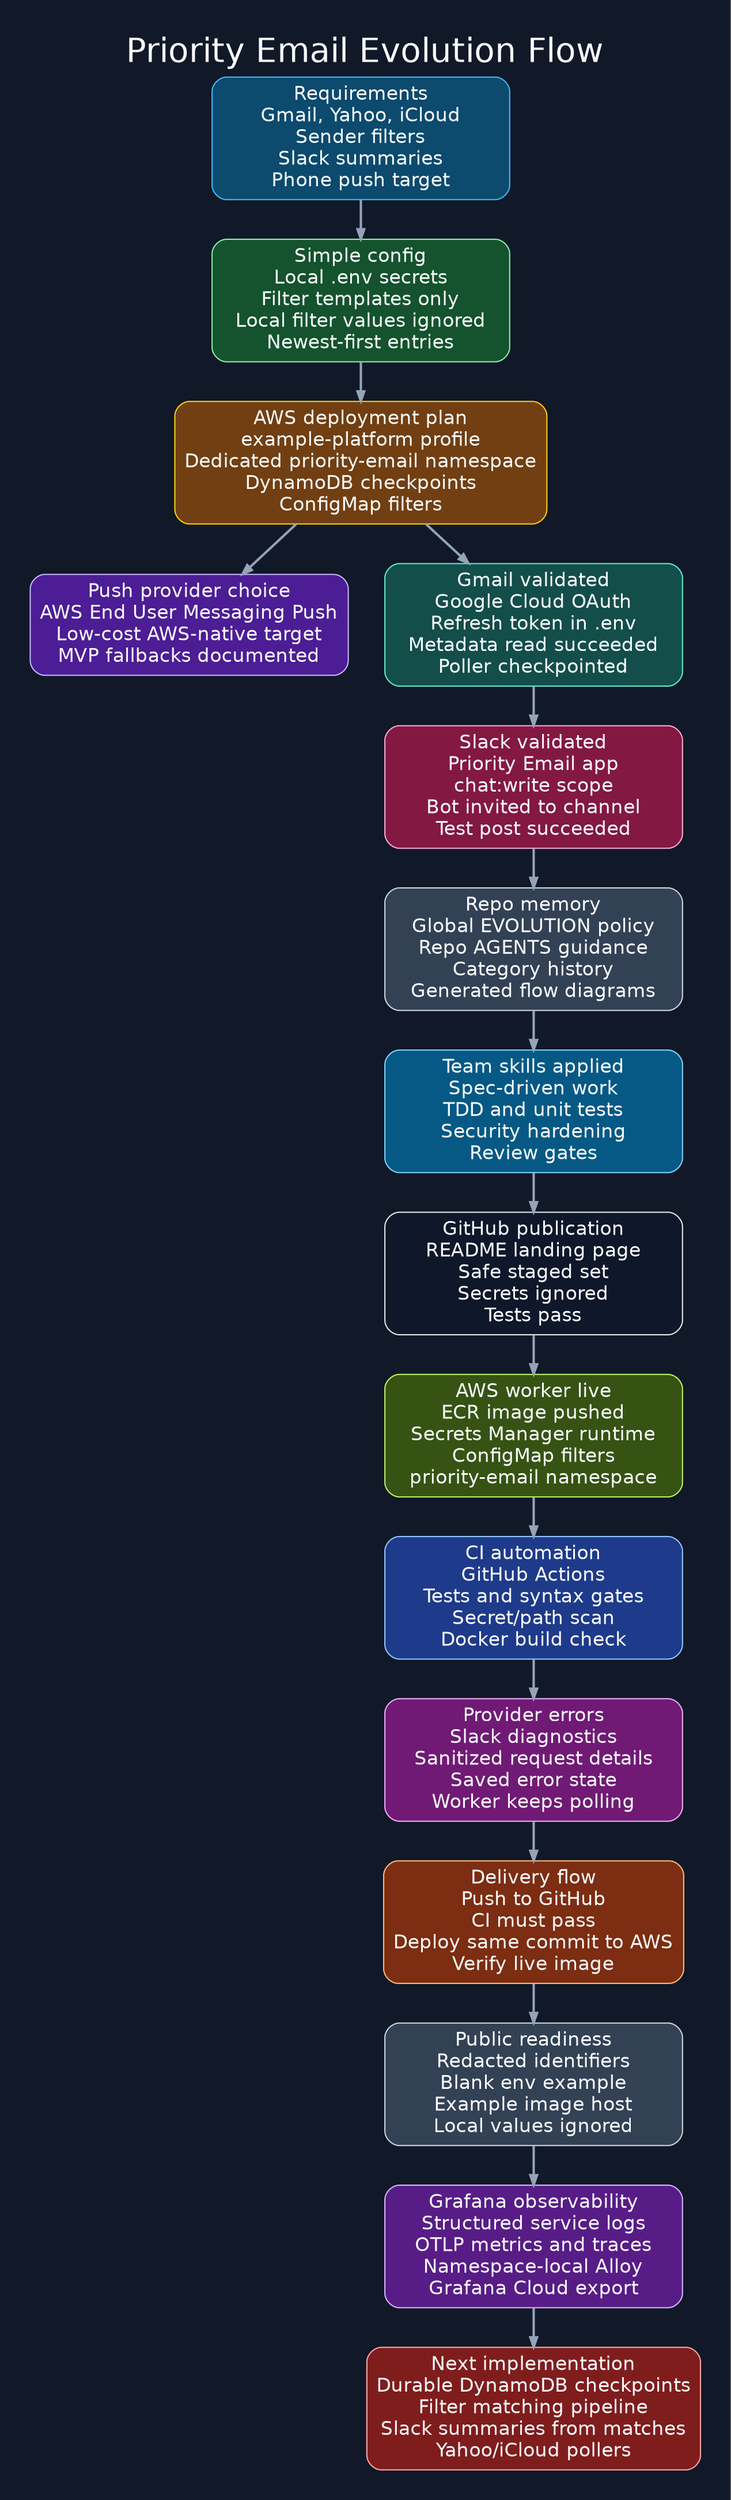
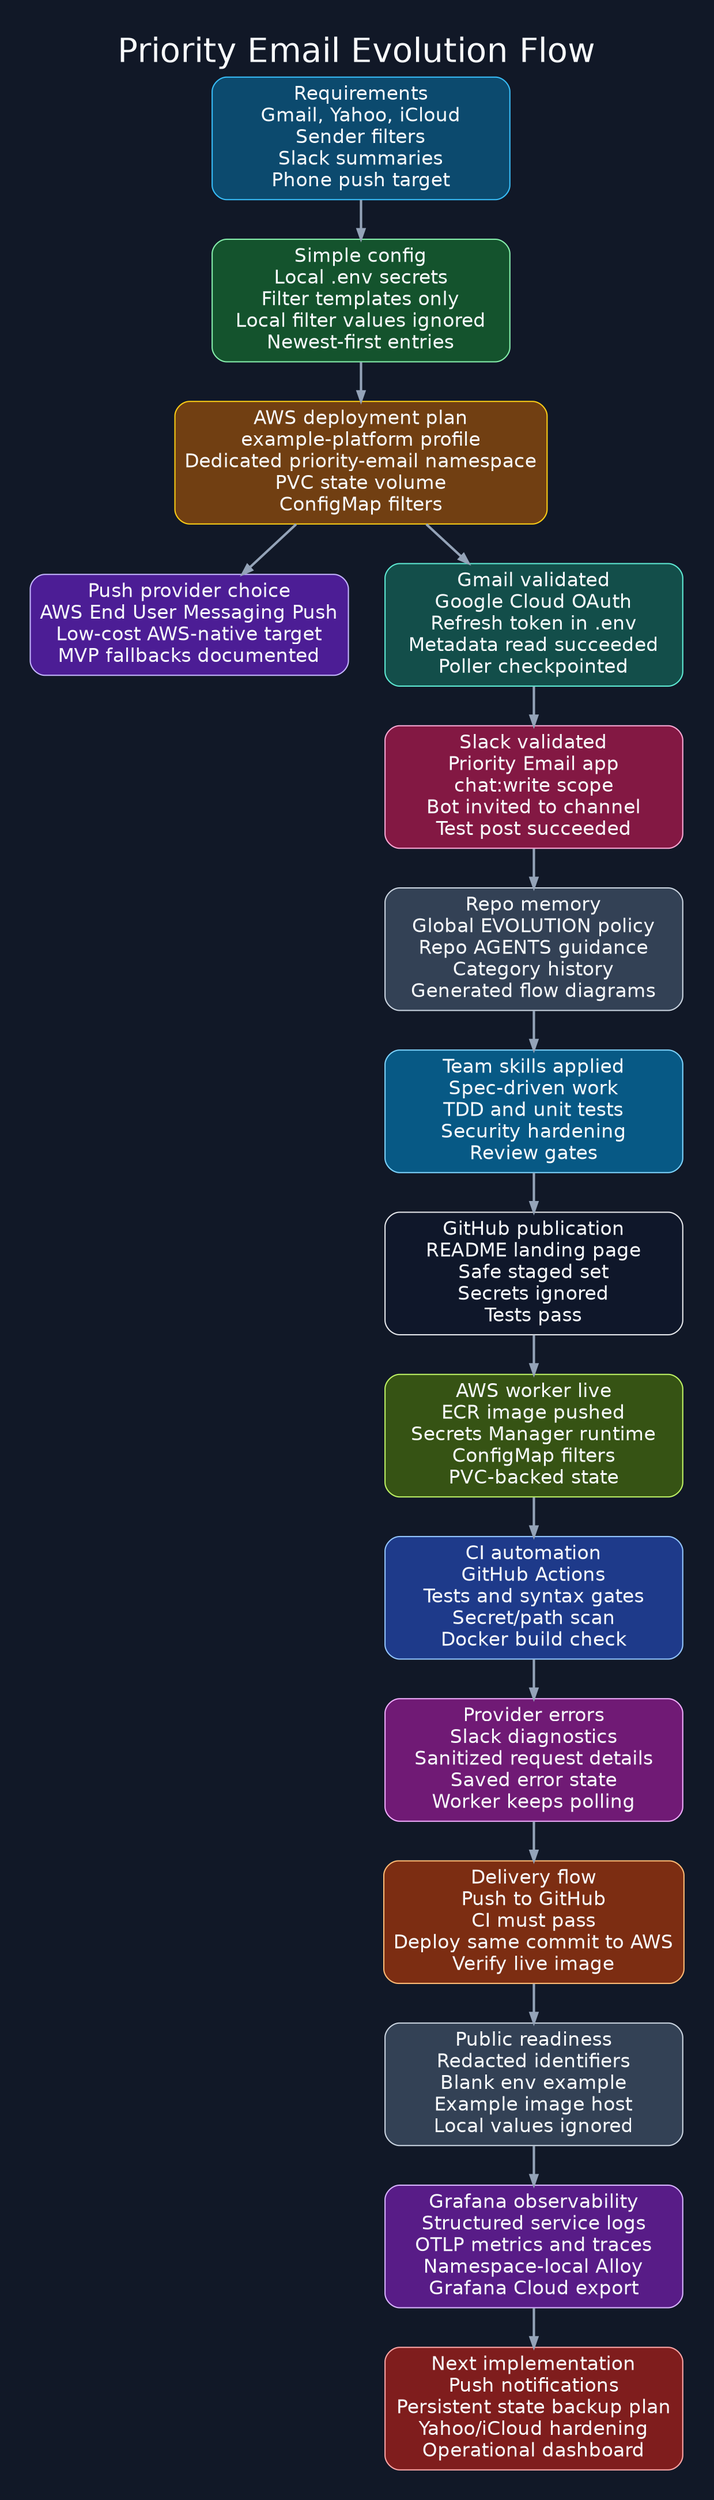
digraph priority_email_evolution_flow_dark {
  graph [
    rankdir=TB,
    bgcolor="#111827",
    pad="0.35",
    nodesep="0.42",
    ranksep="0.46",
    fontname="Helvetica",
    fontsize=28,
    fontcolor="#f8fafc",
    labelloc="t",
    label="Priority Email Evolution Flow"
  ];

  node [
    shape=box,
    style="rounded,filled",
    fontname="Helvetica",
    fontsize=16,
    margin="0.11,0.08",
    width=3.45,
    color="#cbd5e1",
    fontcolor="#f8fafc"
  ];

  edge [
    color="#94a3b8",
    arrowsize=0.8,
    penwidth=2,
    fontname="Helvetica",
    fontsize=12,
    fontcolor="#e5e7eb"
  ];

  requirements [
    label="Requirements\nGmail, Yahoo, iCloud\nSender filters\nSlack summaries\nPhone push target",
    fillcolor="#0c4a6e",
    color="#38bdf8"
  ];

  config [
    label="Simple config\nLocal .env secrets\nFilter templates only\nLocal filter values ignored\nNewest-first entries",
    fillcolor="#14532d",
    color="#86efac"
  ];

  deployment [
-     label="AWS deployment plan\nexample-platform profile\nDedicated priority-email namespace\nDynamoDB checkpoints\nConfigMap filters",
+     label="AWS deployment plan\nexample-platform profile\nDedicated priority-email namespace\nPVC state volume\nConfigMap filters",
    fillcolor="#713f12",
    color="#facc15"
  ];

  push [
    label="Push provider choice\nAWS End User Messaging Push\nLow-cost AWS-native target\nMVP fallbacks documented",
    fillcolor="#4c1d95",
    color="#c4b5fd"
  ];

  gmail [
    label="Gmail validated\nGoogle Cloud OAuth\nRefresh token in .env\nMetadata read succeeded\nPoller checkpointed",
    fillcolor="#134e4a",
    color="#5eead4"
  ];

  slack [
    label="Slack validated\nPriority Email app\nchat:write scope\nBot invited to channel\nTest post succeeded",
    fillcolor="#831843",
    color="#f9a8d4"
  ];

  policy [
    label="Repo memory\nGlobal EVOLUTION policy\nRepo AGENTS guidance\nCategory history\nGenerated flow diagrams",
    fillcolor="#334155",
    color="#cbd5e1"
  ];

  quality [
    label="Team skills applied\nSpec-driven work\nTDD and unit tests\nSecurity hardening\nReview gates",
    fillcolor="#075985",
    color="#7dd3fc"
  ];

  github [
    label="GitHub publication\nREADME landing page\nSafe staged set\nSecrets ignored\nTests pass",
    fillcolor="#0f172a",
    color="#e5e7eb"
  ];

  aws_live [
-     label="AWS worker live\nECR image pushed\nSecrets Manager runtime\nConfigMap filters\npriority-email namespace",
+     label="AWS worker live\nECR image pushed\nSecrets Manager runtime\nConfigMap filters\nPVC-backed state",
    fillcolor="#365314",
    color="#bef264"
  ];

  ci [
    label="CI automation\nGitHub Actions\nTests and syntax gates\nSecret/path scan\nDocker build check",
    fillcolor="#1e3a8a",
    color="#93c5fd"
  ];

  provider_errors [
    label="Provider errors\nSlack diagnostics\nSanitized request details\nSaved error state\nWorker keeps polling",
    fillcolor="#701a75",
    color="#f0abfc"
  ];

  delivery_flow [
    label="Delivery flow\nPush to GitHub\nCI must pass\nDeploy same commit to AWS\nVerify live image",
    fillcolor="#7c2d12",
    color="#fdba74"
  ];

  public_ready [
    label="Public readiness\nRedacted identifiers\nBlank env example\nExample image host\nLocal values ignored",
    fillcolor="#334155",
    color="#cbd5e1"
  ];

  observability [
    label="Grafana observability\nStructured service logs\nOTLP metrics and traces\nNamespace-local Alloy\nGrafana Cloud export",
    fillcolor="#581c87",
    color="#d8b4fe"
  ];

  next [
-     label="Next implementation\nDurable DynamoDB checkpoints\nFilter matching pipeline\nSlack summaries from matches\nYahoo/iCloud pollers",
+     label="Next implementation\nPush notifications\nPersistent state backup plan\nYahoo/iCloud hardening\nOperational dashboard",
    fillcolor="#7f1d1d",
    color="#fca5a5"
  ];

  requirements -> config;
  config -> deployment;
  deployment -> push;
  deployment -> gmail;
  gmail -> slack;
  slack -> policy;
  policy -> quality;
  quality -> github;
  github -> aws_live;
  aws_live -> ci;
  ci -> provider_errors;
  provider_errors -> delivery_flow;
  delivery_flow -> public_ready;
  public_ready -> observability;
  observability -> next;
}
